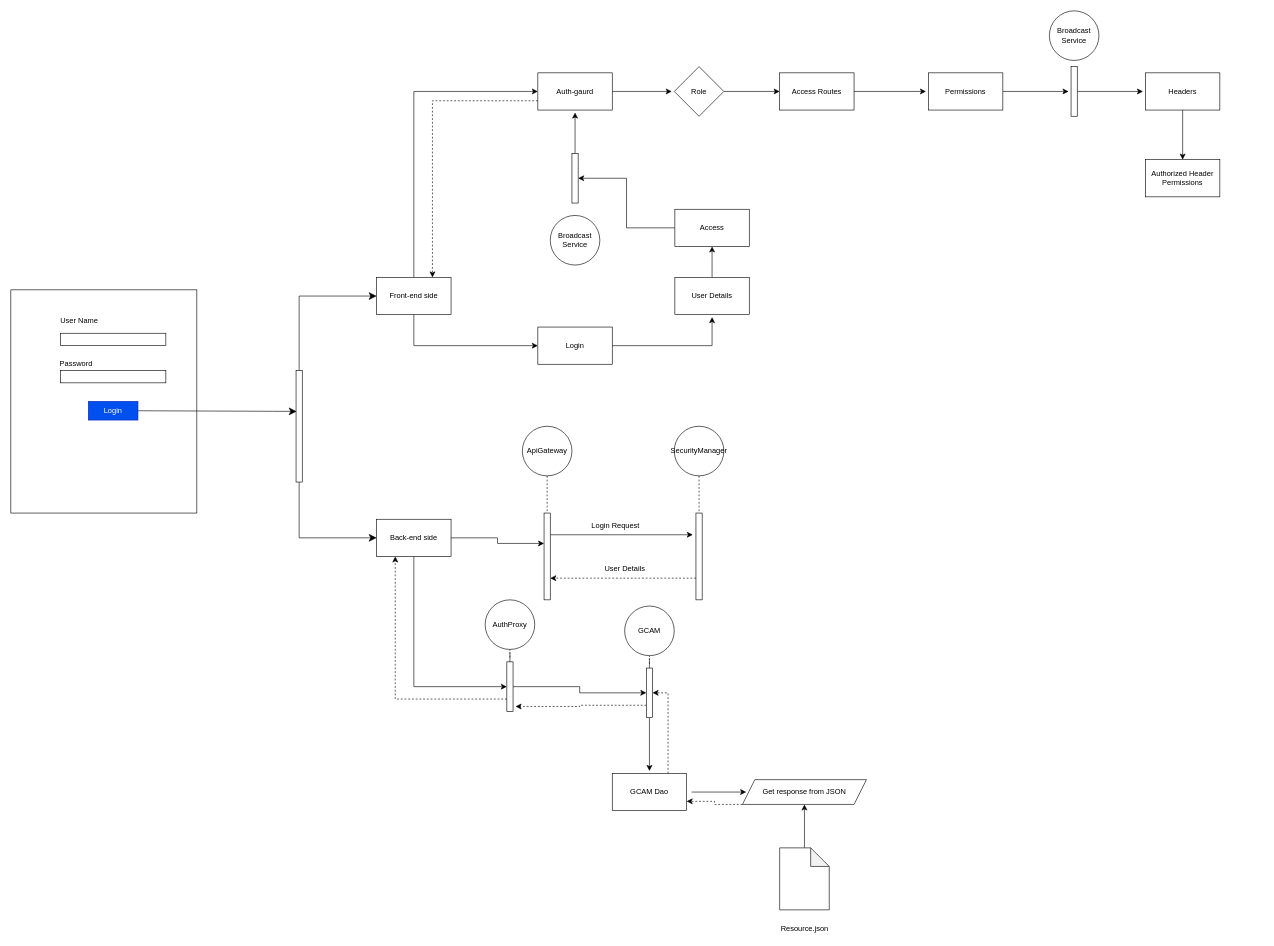
Earlier version of the draw.io diagram docs/design/development/geppetto-app/services/authentication-and-authorization/gepCustomAuthorizationManager/GCAM_KT_ELECTRICGLIDE.drawio (Sangeetha2022/github). Source tidied: cells renumbered, new cells numbered last; positions are measured from the earlier drawing's top-left corner, leaving out a move shared by most shapes. Both pictures are drawn from the tidied source at 62%, with x=0, y=0 at pixel (11, 11).
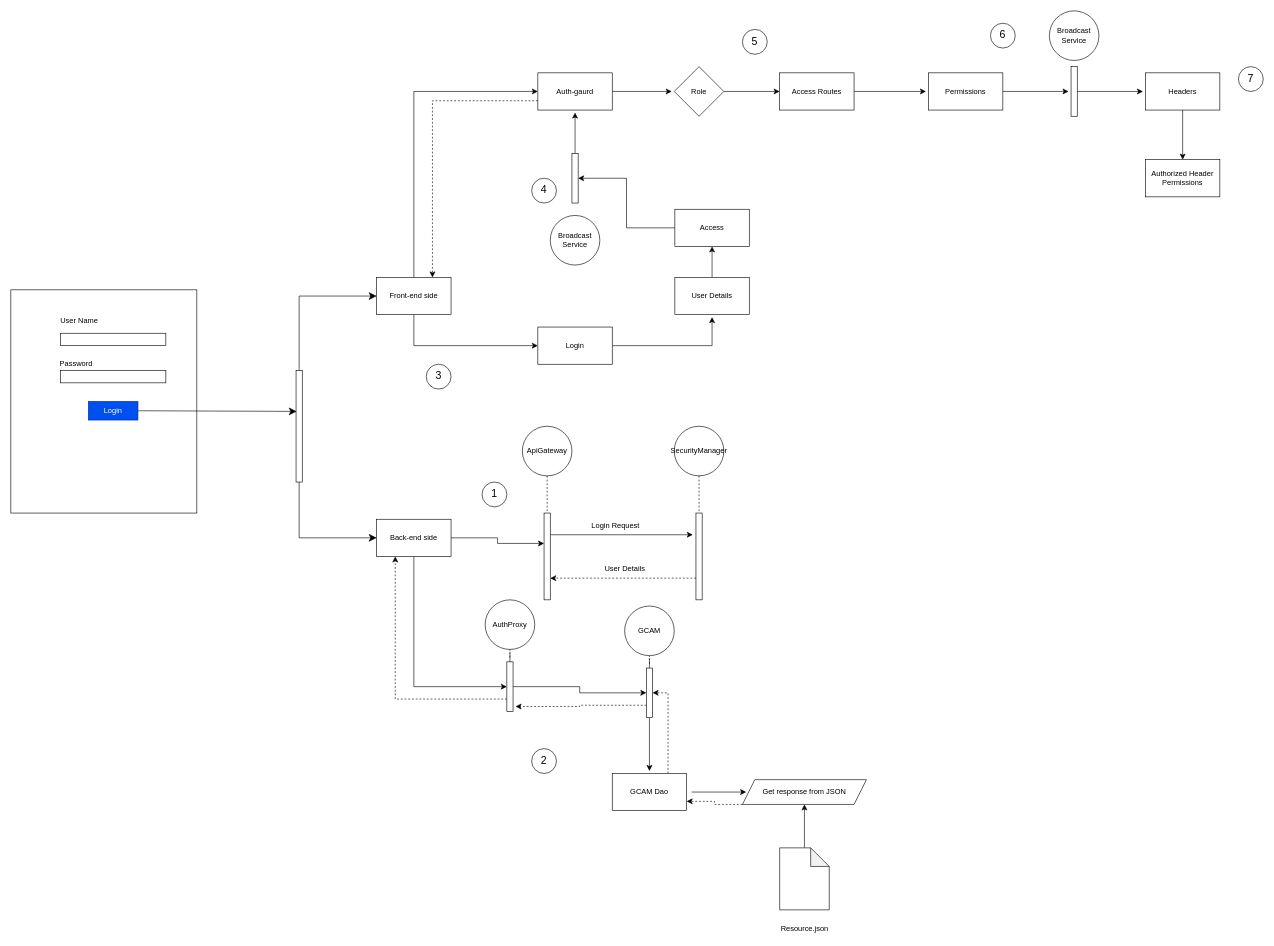
Above is the later version.

Commit message (it also covers changes not shown here):
Changed the authorization Document

Change to the diagram source:
```diff
@@
+    <mxCell id="70" value="&lt;font style=&quot;font-size: 17px&quot;&gt;1&lt;/font&gt;" style="ellipse;whiteSpace=wrap;html=1;" parent="1" vertex="1">
+      <mxGeometry x="760" y="760" width="40" height="40" as="geometry" />
+    </mxCell>
+    <mxCell id="71" value="&lt;font style=&quot;font-size: 17px&quot;&gt;2&lt;/font&gt;" style="ellipse;whiteSpace=wrap;html=1;" parent="1" vertex="1">
+      <mxGeometry x="840" y="1190" width="40" height="40" as="geometry" />
+    </mxCell>
+    <mxCell id="72" value="&lt;font style=&quot;font-size: 17px&quot;&gt;3&lt;/font&gt;" style="ellipse;whiteSpace=wrap;html=1;" parent="1" vertex="1">
+      <mxGeometry x="670" y="570" width="40" height="40" as="geometry" />
+    </mxCell>
+    <mxCell id="73" value="&lt;font style=&quot;font-size: 17px&quot;&gt;4&lt;/font&gt;" style="ellipse;whiteSpace=wrap;html=1;" parent="1" vertex="1">
+      <mxGeometry x="840" y="270" width="40" height="40" as="geometry" />
+    </mxCell>
+    <mxCell id="74" value="&lt;font style=&quot;font-size: 17px&quot;&gt;5&lt;/font&gt;" style="ellipse;whiteSpace=wrap;html=1;" parent="1" vertex="1">
+      <mxGeometry x="1180" y="30" width="40" height="40" as="geometry" />
+    </mxCell>
+    <mxCell id="75" value="&lt;font style=&quot;font-size: 17px&quot;&gt;6&lt;/font&gt;" style="ellipse;whiteSpace=wrap;html=1;" parent="1" vertex="1">
+      <mxGeometry x="1580" y="20" width="40" height="40" as="geometry" />
+    </mxCell>
+    <mxCell id="76" value="&lt;font style=&quot;font-size: 17px&quot;&gt;7&lt;/font&gt;" style="ellipse;whiteSpace=wrap;html=1;" parent="1" vertex="1">
+      <mxGeometry x="1980" y="90" width="40" height="40" as="geometry" />
+    </mxCell>
```
